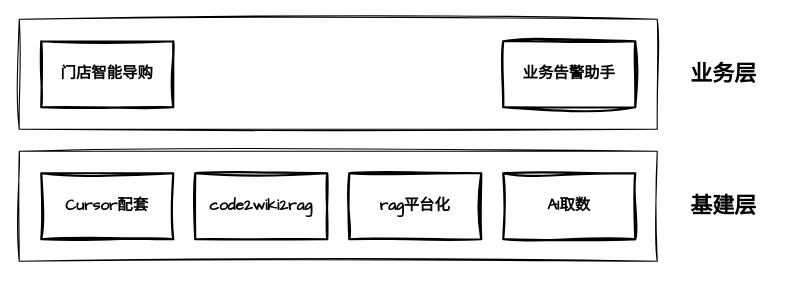
Above: tc/AI.drawio in zhuanzhuan-tech/arch-draw-io (draw.io), before the change. Source tidied: cells renumbered, new cells numbered last; positions are measured from the earlier drawing's top-left corner, leaving out a move shared by most shapes. Both pictures are drawn from the tidied source at 110%, with x=0, y=0 at pixel (19, 19).
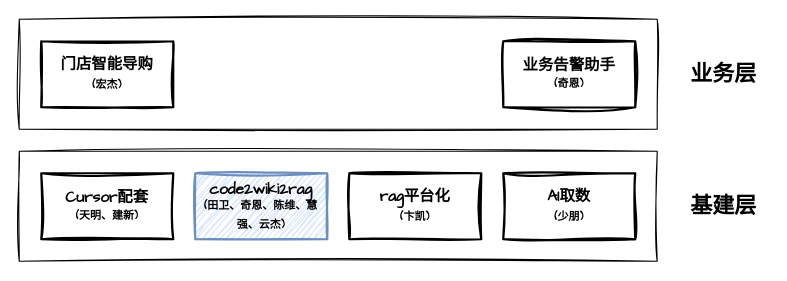
The same page after the edit.

Change to the diagram source:
```diff
@@
 <mxGraphModel>
   <root>
     <mxCell id="0" />
     <mxCell id="1" parent="0" />
     <mxCell id="2" style="rounded=0;whiteSpace=wrap;html=1;sketch=1;hachureGap=4;jiggle=2;curveFitting=1;fontFamily=Architects Daughter;fillColor=none;" parent="1" vertex="1">
       <mxGeometry y="120" width="580" height="100" as="geometry" />
     </mxCell>
-    <mxCell id="3" value="&lt;b&gt;&lt;font style=&quot;font-size: 14px;&quot;&gt;Cursor配套&lt;/font&gt;&lt;/b&gt;" style="rounded=0;whiteSpace=wrap;html=1;sketch=1;hachureGap=4;jiggle=2;curveFitting=1;fontFamily=Architects Daughter;fillColor=none;strokeWidth=2;" parent="1" vertex="1">
+    <mxCell id="3" value="&lt;b&gt;&lt;font style=&quot;font-size: 14px;&quot;&gt;Cursor配套&lt;/font&gt;&lt;/b&gt;&lt;div&gt;&lt;b&gt;&lt;font style=&quot;font-size: 10px;&quot;&gt;(天明、建新)&lt;/font&gt;&lt;/b&gt;&lt;/div&gt;" style="rounded=0;whiteSpace=wrap;html=1;sketch=1;hachureGap=4;jiggle=2;curveFitting=1;fontFamily=Architects Daughter;fillColor=none;strokeWidth=2;" parent="1" vertex="1">
       <mxGeometry x="20" y="140" width="120" height="60" as="geometry" />
     </mxCell>
-    <mxCell id="4" value="&lt;b&gt;&lt;font style=&quot;font-size: 14px;&quot;&gt;code2wiki2rag&lt;/font&gt;&lt;/b&gt;" style="rounded=0;whiteSpace=wrap;html=1;sketch=1;hachureGap=4;jiggle=2;curveFitting=1;fontFamily=Architects Daughter;fillColor=none;strokeWidth=2;" parent="1" vertex="1">
+    <mxCell id="4" value="&lt;b&gt;&lt;font style=&quot;font-size: 14px;&quot;&gt;code2wiki2rag&lt;/font&gt;&lt;/b&gt;&lt;div&gt;&lt;b&gt;&lt;font style=&quot;font-size: 10px;&quot;&gt;(田卫、奇恩、陈维、慧强、云杰)&lt;/font&gt;&lt;/b&gt;&lt;b&gt;&lt;font style=&quot;font-size: 14px;&quot;&gt;&lt;/font&gt;&lt;/b&gt;&lt;/div&gt;" style="rounded=0;whiteSpace=wrap;html=1;sketch=1;hachureGap=4;jiggle=2;curveFitting=1;fontFamily=Architects Daughter;fillColor=#dae8fc;strokeWidth=2;strokeColor=#6c8ebf;" parent="1" vertex="1">
       <mxGeometry x="160" y="140" width="120" height="60" as="geometry" />
     </mxCell>
-    <mxCell id="5" value="&lt;b&gt;&lt;font style=&quot;font-size: 14px;&quot;&gt;rag平台化&lt;/font&gt;&lt;/b&gt;" style="rounded=0;whiteSpace=wrap;html=1;sketch=1;hachureGap=4;jiggle=2;curveFitting=1;fontFamily=Architects Daughter;fillColor=none;strokeWidth=2;" parent="1" vertex="1">
+    <mxCell id="5" value="&lt;b&gt;&lt;font style=&quot;font-size: 14px;&quot;&gt;rag平台化&lt;/font&gt;&lt;/b&gt;&lt;div&gt;&lt;b&gt;&lt;font style=&quot;font-size: 10px;&quot;&gt;(卞凯)&lt;/font&gt;&lt;/b&gt;&lt;b&gt;&lt;font style=&quot;font-size: 14px;&quot;&gt;&lt;/font&gt;&lt;/b&gt;&lt;/div&gt;" style="rounded=0;whiteSpace=wrap;html=1;sketch=1;hachureGap=4;jiggle=2;curveFitting=1;fontFamily=Architects Daughter;fillColor=none;strokeWidth=2;" parent="1" vertex="1">
       <mxGeometry x="300" y="140" width="120" height="60" as="geometry" />
     </mxCell>
-    <mxCell id="6" value="&lt;b&gt;&lt;font style=&quot;font-size: 14px;&quot;&gt;AI取数&lt;/font&gt;&lt;/b&gt;" style="rounded=0;whiteSpace=wrap;html=1;sketch=1;hachureGap=4;jiggle=2;curveFitting=1;fontFamily=Architects Daughter;fillColor=none;strokeWidth=2;" parent="1" vertex="1">
+    <mxCell id="6" value="&lt;b&gt;&lt;font style=&quot;font-size: 14px;&quot;&gt;AI取数&lt;/font&gt;&lt;/b&gt;&lt;div&gt;&lt;b&gt;&lt;font style=&quot;font-size: 10px;&quot;&gt;(少朋)&lt;/font&gt;&lt;/b&gt;&lt;b&gt;&lt;font style=&quot;font-size: 14px;&quot;&gt;&lt;/font&gt;&lt;/b&gt;&lt;/div&gt;" style="rounded=0;whiteSpace=wrap;html=1;sketch=1;hachureGap=4;jiggle=2;curveFitting=1;fontFamily=Architects Daughter;fillColor=none;strokeWidth=2;" parent="1" vertex="1">
       <mxGeometry x="440" y="140" width="120" height="60" as="geometry" />
     </mxCell>
     <mxCell id="7" style="rounded=0;whiteSpace=wrap;html=1;sketch=1;hachureGap=4;jiggle=2;curveFitting=1;fontFamily=Architects Daughter;fillColor=none;" parent="1" vertex="1">
       <mxGeometry width="580" height="100" as="geometry" />
     </mxCell>
-    <mxCell id="8" value="&lt;b&gt;&lt;font style=&quot;font-size: 14px;&quot;&gt;门店智能导购&lt;/font&gt;&lt;/b&gt;" style="rounded=0;whiteSpace=wrap;html=1;sketch=1;hachureGap=4;jiggle=2;curveFitting=1;fontFamily=Architects Daughter;fillColor=none;strokeWidth=2;" parent="1" vertex="1">
+    <mxCell id="8" value="&lt;b&gt;&lt;font style=&quot;font-size: 14px;&quot;&gt;门店智能导购&lt;/font&gt;&lt;/b&gt;&lt;div&gt;&lt;b&gt;&lt;font style=&quot;font-size: 10px;&quot;&gt;(宏杰)&lt;/font&gt;&lt;/b&gt;&lt;b&gt;&lt;font style=&quot;font-size: 14px;&quot;&gt;&lt;/font&gt;&lt;/b&gt;&lt;/div&gt;" style="rounded=0;whiteSpace=wrap;html=1;sketch=1;hachureGap=4;jiggle=2;curveFitting=1;fontFamily=Architects Daughter;fillColor=none;strokeWidth=2;" parent="1" vertex="1">
       <mxGeometry x="20" y="20" width="120" height="60" as="geometry" />
     </mxCell>
-    <mxCell id="9" value="&lt;b&gt;&lt;font style=&quot;font-size: 14px;&quot;&gt;业务告警助手&lt;/font&gt;&lt;/b&gt;" style="rounded=0;whiteSpace=wrap;html=1;sketch=1;hachureGap=4;jiggle=2;curveFitting=1;fontFamily=Architects Daughter;fillColor=none;strokeWidth=2;" parent="1" vertex="1">
+    <mxCell id="9" value="&lt;b&gt;&lt;font style=&quot;font-size: 14px;&quot;&gt;业务告警助手&lt;/font&gt;&lt;/b&gt;&lt;div&gt;&lt;b&gt;&lt;font style=&quot;font-size: 10px;&quot;&gt;(奇恩)&lt;/font&gt;&lt;/b&gt;&lt;/div&gt;" style="rounded=0;whiteSpace=wrap;html=1;sketch=1;hachureGap=4;jiggle=2;curveFitting=1;fontFamily=Architects Daughter;fillColor=none;strokeWidth=2;" parent="1" vertex="1">
       <mxGeometry x="440" y="20" width="120" height="60" as="geometry" />
     </mxCell>
     <mxCell id="10" value="&lt;b&gt;&lt;font style=&quot;font-size: 20px;&quot;&gt;基建层&lt;/font&gt;&lt;/b&gt;" style="text;html=1;align=center;verticalAlign=middle;strokeColor=none;fillColor=none;fontFamily=Architects Daughter;" parent="1" vertex="1">
       <mxGeometry x="600" y="150" width="80" height="40" as="geometry" />
     </mxCell>
     <mxCell id="11" value="&lt;b&gt;&lt;font style=&quot;font-size: 20px;&quot;&gt;业务层&lt;/font&gt;&lt;/b&gt;" style="text;html=1;align=center;verticalAlign=middle;strokeColor=none;fillColor=none;fontFamily=Architects Daughter;" parent="1" vertex="1">
       <mxGeometry x="600" y="30" width="80" height="40" as="geometry" />
     </mxCell>
   </root>
 </mxGraphModel>
```
